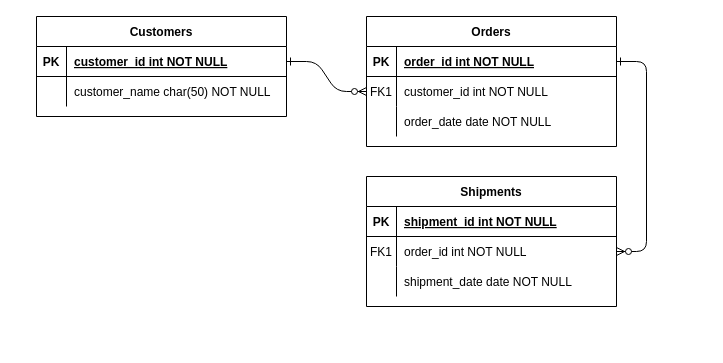
Above: Database/exercise2/exercise3.drawio in sher-n/homework-codecamp-8 (draw.io), before the change. Source tidied: cells renumbered, new cells numbered last; positions are measured from the earlier drawing's top-left corner, leaving out a move shared by most shapes. Both pictures are drawn from the tidied source at 100%, with x=0, y=0 at pixel (36, 16).
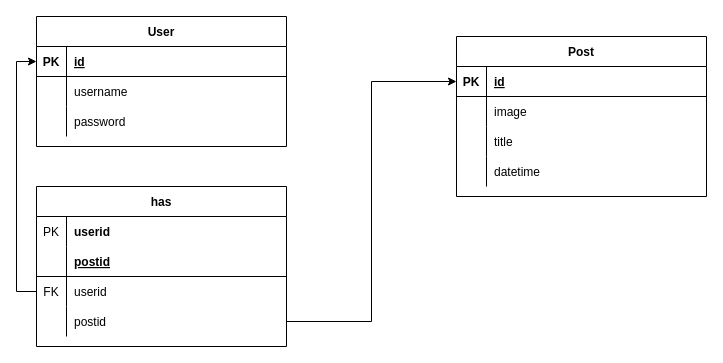
After the change.

Unchanged cells that the change refers to:
```xml
<mxCell id="15" style="shape=partialRectangle;fillColor=none;points=[[0,0.5],[1,0.5]];portConstraint=eastwest;top=0;left=0;right=0;bottom=1;" parent="14" vertex="1">
  <mxGeometry y="30" width="250" height="30" as="geometry" />
</mxCell>
<mxCell id="25" style="shape=partialRectangle;fillColor=none;points=[[0,0.5],[1,0.5]];portConstraint=eastwest;top=0;left=0;right=0;bottom=1;" parent="24" vertex="1">
  <mxGeometry y="30" width="250" height="30" as="geometry" />
</mxCell>
<mxCell id="28" style="shape=partialRectangle;fillColor=none;top=0;left=0;right=0;bottom=0;" parent="24" vertex="1">
  <mxGeometry y="60" width="250" height="30" as="geometry" />
</mxCell>
```

What changed in the source:
```diff
@@
-    <mxCell id="2" style="edgeStyle=entityRelationEdgeStyle;endArrow=ERzeroToMany;startArrow=ERone;endFill=1;startFill=0;" parent="1" edge="1" source="25" target="8">
-      <mxGeometry relative="1" as="geometry" />
-    </mxCell>
-    <mxCell id="3" style="edgeStyle=entityRelationEdgeStyle;endArrow=ERzeroToMany;startArrow=ERone;endFill=1;startFill=0;" parent="1" edge="1" source="5" target="18">
-      <mxGeometry relative="1" as="geometry" />
-    </mxCell>
-    <mxCell id="4" value="Orders" style="shape=table;startSize=30;childLayout=tableLayout;rowLines=0;fontStyle=1;align=center;" parent="1" vertex="1">
-      <mxGeometry x="330" width="250" height="130" as="geometry" />
+    <mxCell id="4" value="has" style="shape=table;startSize=30;childLayout=tableLayout;rowLines=0;fontStyle=1;align=center;" parent="1" vertex="1">
+      <mxGeometry y="170" width="250" height="160" as="geometry" />
     </mxCell>
+    <mxCell id="31" style="shape=partialRectangle;fillColor=none;top=0;left=0;bottom=0;right=0;" parent="4" vertex="1">
+      <mxGeometry y="30" width="250" height="30" as="geometry" />
+    </mxCell>
+    <mxCell id="32" value="PK" style="shape=partialRectangle;fillColor=none;top=0;left=0;bottom=0;right=0;overflow=hidden;" parent="31" vertex="1">
+      <mxGeometry width="30" height="30" as="geometry" />
+    </mxCell>
+    <mxCell id="33" value="userid" style="shape=partialRectangle;fillColor=none;top=0;left=0;bottom=0;right=0;align=left;spacingLeft=6;overflow=hidden;fontStyle=1;" parent="31" vertex="1">
+      <mxGeometry x="30" width="220" height="30" as="geometry" />
+    </mxCell>
     <mxCell id="5" style="shape=partialRectangle;fillColor=none;points=[[0,0.5],[1,0.5]];portConstraint=eastwest;top=0;left=0;right=0;bottom=1;" parent="4" vertex="1">
-      <mxGeometry y="30" width="250" height="30" as="geometry" />
+      <mxGeometry y="60" width="250" height="30" as="geometry" />
     </mxCell>
-    <mxCell id="6" value="PK" style="shape=partialRectangle;overflow=hidden;fillColor=none;top=0;left=0;bottom=0;right=0;fontStyle=1;" parent="5" vertex="1">
+    <mxCell id="6" style="shape=partialRectangle;overflow=hidden;fillColor=none;top=0;left=0;bottom=0;right=0;fontStyle=1;" parent="5" vertex="1">
       <mxGeometry width="30" height="30" as="geometry" />
     </mxCell>
-    <mxCell id="7" value="order_id int NOT NULL " style="shape=partialRectangle;overflow=hidden;fillColor=none;top=0;left=0;bottom=0;right=0;align=left;spacingLeft=6;fontStyle=5;" parent="5" vertex="1">
+    <mxCell id="7" value="postid" style="shape=partialRectangle;overflow=hidden;fillColor=none;top=0;left=0;bottom=0;right=0;align=left;spacingLeft=6;fontStyle=5;" parent="5" vertex="1">
       <mxGeometry x="30" width="220" height="30" as="geometry" />
     </mxCell>
     <mxCell id="8" style="shape=partialRectangle;fillColor=none;points=[[0,0.5],[1,0.5]];portConstraint=eastwest;top=0;left=0;right=0;bottom=0;" parent="4" vertex="1">
-      <mxGeometry y="60" width="250" height="30" as="geometry" />
+      <mxGeometry y="90" width="250" height="30" as="geometry" />
     </mxCell>
-    <mxCell id="9" value="FK1" style="shape=partialRectangle;overflow=hidden;fillColor=none;top=0;left=0;bottom=0;right=0;" parent="8" vertex="1">
+    <mxCell id="9" value="FK" style="shape=partialRectangle;overflow=hidden;fillColor=none;top=0;left=0;bottom=0;right=0;" parent="8" vertex="1">
       <mxGeometry width="30" height="30" as="geometry" />
     </mxCell>
-    <mxCell id="10" value="customer_id int NOT NULL" style="shape=partialRectangle;overflow=hidden;fillColor=none;top=0;left=0;bottom=0;right=0;align=left;spacingLeft=6;" parent="8" vertex="1">
+    <mxCell id="10" value="userid" style="shape=partialRectangle;overflow=hidden;fillColor=none;top=0;left=0;bottom=0;right=0;align=left;spacingLeft=6;" parent="8" vertex="1">
       <mxGeometry x="30" width="220" height="30" as="geometry" />
     </mxCell>
     <mxCell id="11" style="shape=partialRectangle;fillColor=none;points=[[0,0.5],[1,0.5]];portConstraint=eastwest;top=0;left=0;right=0;bottom=0;" parent="4" vertex="1">
-      <mxGeometry y="90" width="250" height="30" as="geometry" />
+      <mxGeometry y="120" width="250" height="30" as="geometry" />
     </mxCell>
@@
-    <mxCell id="13" value="order_date date NOT NULL" style="shape=partialRectangle;overflow=hidden;fillColor=none;top=0;left=0;bottom=0;right=0;align=left;spacingLeft=6;" parent="11" vertex="1">
+    <mxCell id="13" value="postid" style="shape=partialRectangle;overflow=hidden;fillColor=none;top=0;left=0;bottom=0;right=0;align=left;spacingLeft=6;" parent="11" vertex="1">
       <mxGeometry x="30" width="220" height="30" as="geometry" />
     </mxCell>
-    <mxCell id="14" value="Shipments" style="shape=table;startSize=30;childLayout=tableLayout;rowLines=0;fontStyle=1;align=center;" parent="1" vertex="1">
-      <mxGeometry x="330" y="160" width="250" height="130" as="geometry" />
+    <mxCell id="14" value="Post" style="shape=table;startSize=30;childLayout=tableLayout;rowLines=0;fontStyle=1;align=center;" parent="1" vertex="1">
+      <mxGeometry x="420" y="20" width="250" height="160" as="geometry" />
     </mxCell>
@@
-    <mxCell id="17" value="shipment_id int NOT NULL " style="shape=partialRectangle;overflow=hidden;fillColor=none;top=0;left=0;bottom=0;right=0;align=left;spacingLeft=6;fontStyle=5;" parent="15" vertex="1">
+    <mxCell id="17" value="id" style="shape=partialRectangle;overflow=hidden;fillColor=none;top=0;left=0;bottom=0;right=0;align=left;spacingLeft=6;fontStyle=5;" parent="15" vertex="1">
       <mxGeometry x="30" width="220" height="30" as="geometry" />
     </mxCell>
-    <mxCell id="18" style="shape=partialRectangle;fillColor=none;points=[[0,0.5],[1,0.5]];portConstraint=eastwest;top=0;left=0;right=0;bottom=0;" parent="14" vertex="1">
-      <mxGeometry y="60" width="250" height="30" as="geometry" />
-    </mxCell>
-    <mxCell id="19" value="FK1" style="shape=partialRectangle;overflow=hidden;fillColor=none;top=0;left=0;bottom=0;right=0;" parent="18" vertex="1">
-      <mxGeometry width="30" height="30" as="geometry" />
-    </mxCell>
-    <mxCell id="20" value="order_id int NOT NULL" style="shape=partialRectangle;overflow=hidden;fillColor=none;top=0;left=0;bottom=0;right=0;align=left;spacingLeft=6;" parent="18" vertex="1">
-      <mxGeometry x="30" width="220" height="30" as="geometry" />
-    </mxCell>
+    <mxCell id="34" style="shape=partialRectangle;fillColor=none;top=0;left=0;bottom=0;right=0;" parent="14" vertex="1">
+      <mxGeometry y="60" width="250" height="30" as="geometry" />
+    </mxCell>
+    <mxCell id="35" style="shape=partialRectangle;fillColor=none;top=0;left=0;bottom=0;right=0;overflow=hidden;" parent="34" vertex="1">
+      <mxGeometry width="30" height="30" as="geometry" />
+    </mxCell>
+    <mxCell id="36" value="image" style="shape=partialRectangle;fillColor=none;top=0;left=0;bottom=0;right=0;align=left;spacingLeft=6;overflow=hidden;" parent="34" vertex="1">
+      <mxGeometry x="30" width="220" height="30" as="geometry" />
+    </mxCell>
+    <mxCell id="37" style="shape=partialRectangle;fillColor=none;top=0;left=0;bottom=0;right=0;" parent="14" vertex="1">
+      <mxGeometry y="90" width="250" height="30" as="geometry" />
+    </mxCell>
+    <mxCell id="38" style="shape=partialRectangle;fillColor=none;top=0;left=0;bottom=0;right=0;overflow=hidden;" parent="37" vertex="1">
+      <mxGeometry width="30" height="30" as="geometry" />
+    </mxCell>
+    <mxCell id="39" value="title" style="shape=partialRectangle;fillColor=none;top=0;left=0;bottom=0;right=0;align=left;spacingLeft=6;overflow=hidden;" parent="37" vertex="1">
+      <mxGeometry x="30" width="220" height="30" as="geometry" />
+    </mxCell>
     <mxCell id="21" style="shape=partialRectangle;fillColor=none;top=0;left=0;right=0;bottom=0;" parent="14" vertex="1">
-      <mxGeometry y="90" width="250" height="30" as="geometry" />
+      <mxGeometry y="120" width="250" height="30" as="geometry" />
     </mxCell>
@@
-    <mxCell id="23" value="shipment_date date NOT NULL" style="shape=partialRectangle;overflow=hidden;fillColor=none;top=0;left=0;bottom=0;right=0;align=left;spacingLeft=6;" parent="21" vertex="1">
+    <mxCell id="23" value="datetime" style="shape=partialRectangle;overflow=hidden;fillColor=none;top=0;left=0;bottom=0;right=0;align=left;spacingLeft=6;" parent="21" vertex="1">
       <mxGeometry x="30" width="220" height="30" as="geometry" />
     </mxCell>
-    <mxCell id="24" value="Customers" style="shape=table;startSize=30;childLayout=tableLayout;rowLines=0;fontStyle=1;align=center;" parent="1" vertex="1">
-      <mxGeometry width="250" height="100" as="geometry" />
+    <mxCell id="24" value="User" style="shape=table;startSize=30;childLayout=tableLayout;rowLines=0;fontStyle=1;align=center;" parent="1" vertex="1">
+      <mxGeometry width="250" height="130" as="geometry" />
     </mxCell>
@@
-    <mxCell id="27" value="customer_id int NOT NULL " style="shape=partialRectangle;overflow=hidden;fillColor=none;top=0;left=0;bottom=0;right=0;align=left;spacingLeft=6;fontStyle=5;" parent="25" vertex="1">
+    <mxCell id="27" value="id" style="shape=partialRectangle;overflow=hidden;fillColor=none;top=0;left=0;bottom=0;right=0;align=left;spacingLeft=6;fontStyle=5;" parent="25" vertex="1">
       <mxGeometry x="30" width="220" height="30" as="geometry" />
     </mxCell>
@@
-    <mxCell id="30" value="customer_name char(50) NOT NULL" style="shape=partialRectangle;overflow=hidden;fillColor=none;top=0;left=0;bottom=0;right=0;align=left;spacingLeft=6;" parent="28" vertex="1">
+    <mxCell id="30" value="username" style="shape=partialRectangle;overflow=hidden;fillColor=none;top=0;left=0;bottom=0;right=0;align=left;spacingLeft=6;" parent="28" vertex="1">
       <mxGeometry x="30" width="220" height="30" as="geometry" />
     </mxCell>
+    <mxCell id="40" style="shape=partialRectangle;fillColor=none;top=0;left=0;bottom=0;right=0;" parent="24" vertex="1">
+      <mxGeometry y="90" width="250" height="30" as="geometry" />
+    </mxCell>
+    <mxCell id="41" style="shape=partialRectangle;fillColor=none;top=0;left=0;bottom=0;right=0;overflow=hidden;" parent="40" vertex="1">
+      <mxGeometry width="30" height="30" as="geometry" />
+    </mxCell>
+    <mxCell id="42" value="password" style="shape=partialRectangle;fillColor=none;top=0;left=0;bottom=0;right=0;align=left;spacingLeft=6;overflow=hidden;" parent="40" vertex="1">
+      <mxGeometry x="30" width="220" height="30" as="geometry" />
+    </mxCell>
+    <mxCell id="43" style="edgeStyle=orthogonalEdgeStyle;rounded=0;jettySize=auto;html=1;exitX=0;exitY=0.5;exitDx=0;exitDy=0;entryX=0;entryY=0.5;entryDx=0;entryDy=0;" parent="1" edge="1" source="8" target="25">
+      <mxGeometry relative="1" as="geometry" />
+    </mxCell>
+    <mxCell id="44" style="edgeStyle=orthogonalEdgeStyle;rounded=0;jettySize=auto;html=1;exitX=1;exitY=0.5;exitDx=0;exitDy=0;entryX=0;entryY=0.5;entryDx=0;entryDy=0;" parent="1" edge="1" source="11" target="15">
+      <mxGeometry relative="1" as="geometry" />
+    </mxCell>
```
